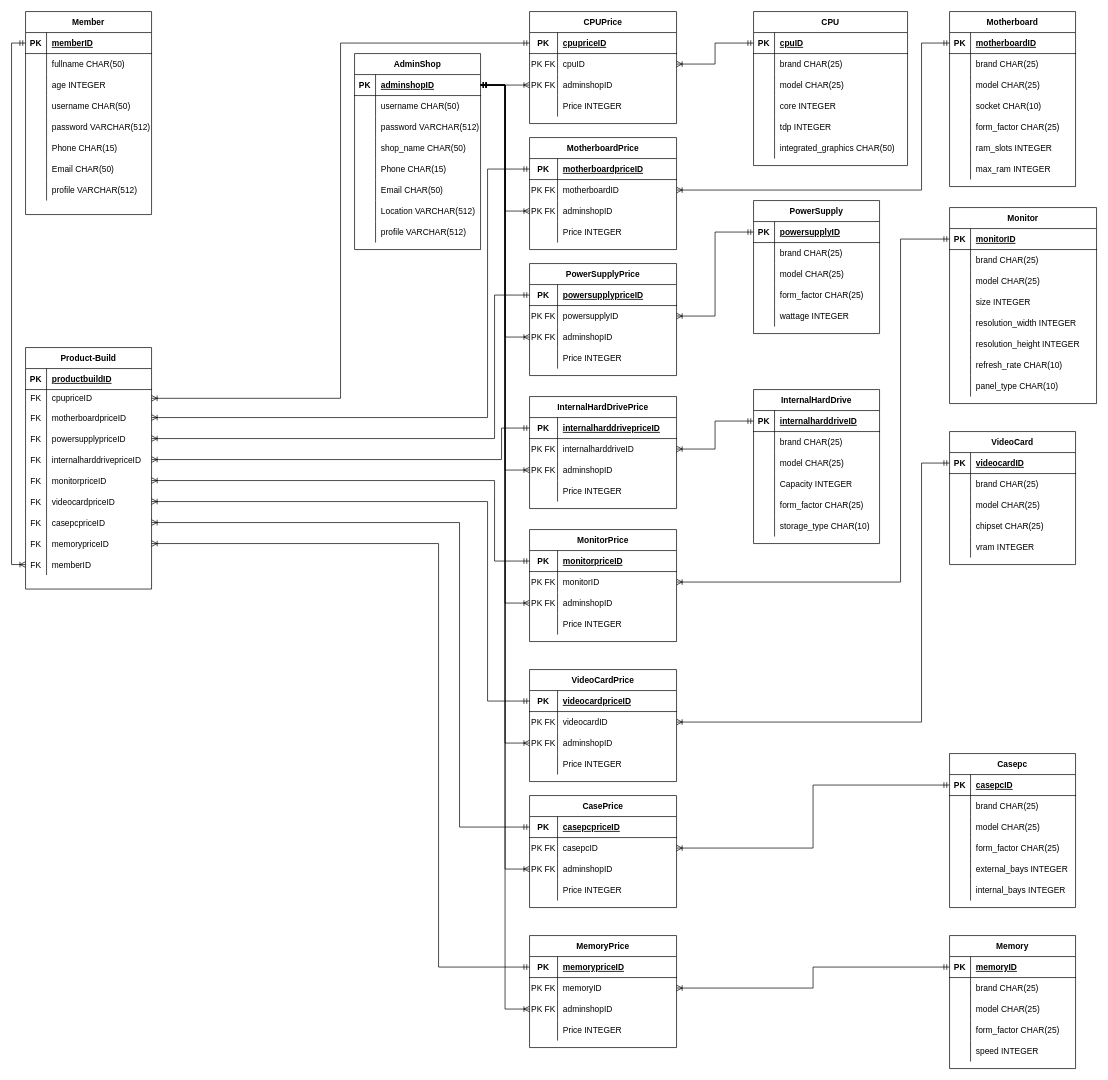
Earlier version of the draw.io diagram component_crawler/Database/diagram/buildpc.drawio (vichhika/WCT_Y3). Source tidied: cells renumbered, new cells numbered last; positions are measured from the earlier drawing's top-left corner, leaving out a move shared by most shapes. Both pictures are drawn from the tidied source at 70%, with x=0, y=0 at pixel (11, 11).
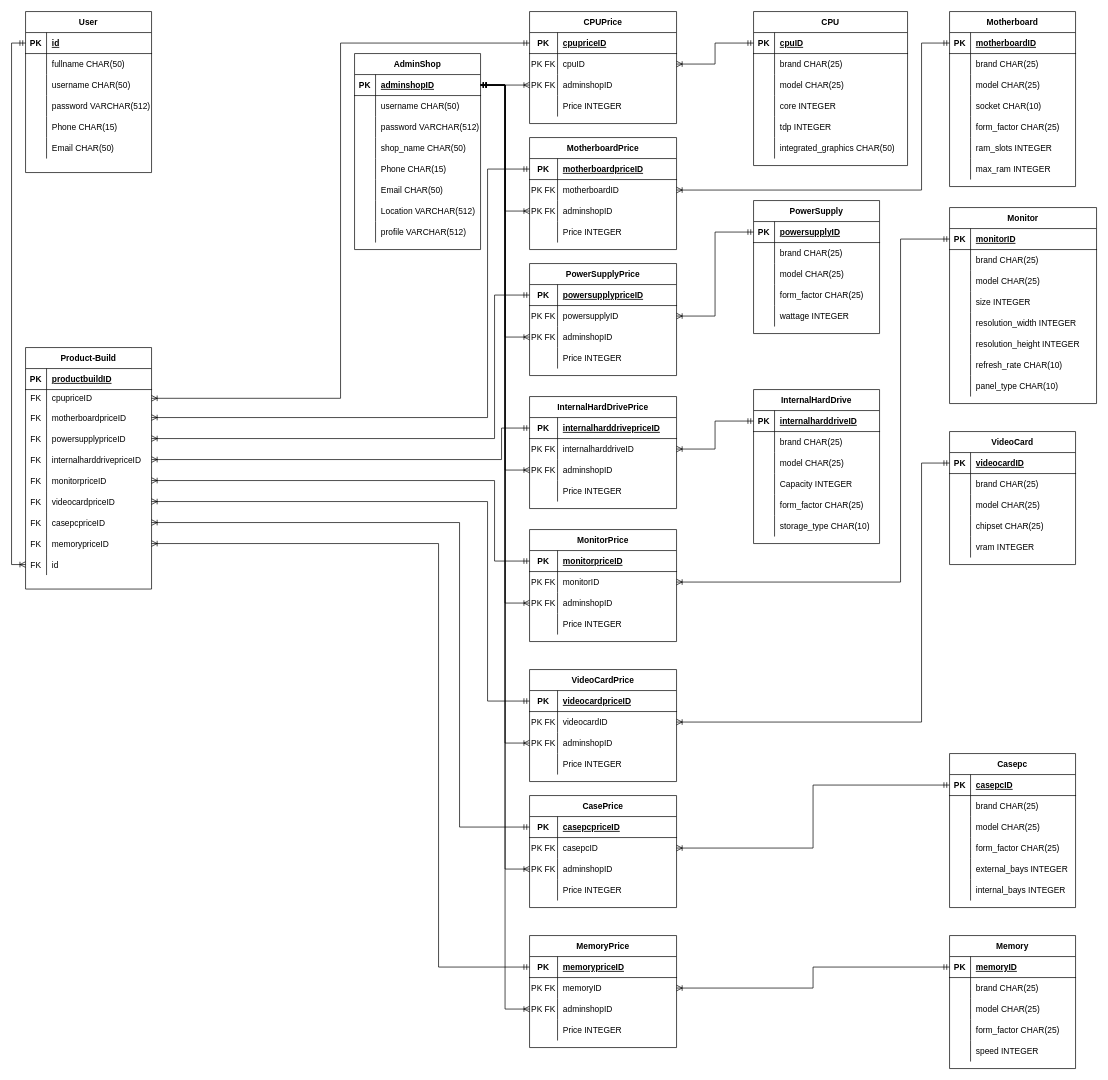
Above is the later version.

Unchanged cells that the change refers to:
```xml
<mxCell id="152" style="shape=partialRectangle;fillColor=none;top=0;left=0;bottom=1;right=0;points=[[0,0.5],[1,0.5]];portConstraint=eastwest;" parent="151" vertex="1">
  <mxGeometry y="30" width="180" height="30" as="geometry" />
</mxCell>
<mxCell id="288" style="shape=partialRectangle;fillColor=none;top=0;left=0;bottom=0;right=0;points=[[0,0.5],[1,0.5]];portConstraint=eastwest;" parent="260" vertex="1">
  <mxGeometry y="295" width="180" height="30" as="geometry" />
</mxCell>
```

The edit, as a diff of the source:
```diff
@@
-    <mxCell id="151" value="Member" style="shape=table;startSize=30;childLayout=tableLayout;rowLines=0;fontStyle=1;align=center;" parent="1" vertex="1">
-      <mxGeometry x="20" width="180" height="290" as="geometry" />
+    <mxCell id="151" value="User" style="shape=table;startSize=30;childLayout=tableLayout;rowLines=0;fontStyle=1;align=center;" parent="1" vertex="1">
+      <mxGeometry x="20" width="180" height="230" as="geometry" />
     </mxCell>
@@
-    <mxCell id="154" value="memberID" style="shape=partialRectangle;fillColor=none;top=0;left=0;bottom=0;right=0;align=left;spacingLeft=6;fontStyle=5;overflow=hidden;" parent="152" vertex="1">
+    <mxCell id="154" value="id" style="shape=partialRectangle;fillColor=none;top=0;left=0;bottom=0;right=0;align=left;spacingLeft=6;fontStyle=5;overflow=hidden;" parent="152" vertex="1">
       <mxGeometry x="30" width="150" height="30" as="geometry" />
     </mxCell>
@@
-    <mxCell id="158" style="shape=partialRectangle;fillColor=none;top=0;left=0;bottom=0;right=0;" parent="151" vertex="1">
-      <mxGeometry y="90" width="180" height="30" as="geometry" />
-    </mxCell>
-    <mxCell id="159" style="shape=partialRectangle;fillColor=none;top=0;left=0;bottom=0;right=0;overflow=hidden;" parent="158" vertex="1">
-      <mxGeometry width="30" height="30" as="geometry" />
-    </mxCell>
-    <mxCell id="160" value="age INTEGER" style="shape=partialRectangle;fillColor=none;top=0;left=0;bottom=0;right=0;align=left;spacingLeft=6;overflow=hidden;" parent="158" vertex="1">
-      <mxGeometry x="30" width="150" height="30" as="geometry" />
-    </mxCell>
     <mxCell id="161" style="shape=partialRectangle;fillColor=none;top=0;left=0;bottom=0;right=0;" parent="151" vertex="1">
-      <mxGeometry y="120" width="180" height="30" as="geometry" />
+      <mxGeometry y="90" width="180" height="30" as="geometry" />
     </mxCell>
@@
     <mxCell id="164" style="shape=partialRectangle;fillColor=none;top=0;left=0;bottom=0;right=0;" parent="151" vertex="1">
-      <mxGeometry y="150" width="180" height="30" as="geometry" />
+      <mxGeometry y="120" width="180" height="30" as="geometry" />
     </mxCell>
@@
     <mxCell id="167" style="shape=partialRectangle;fillColor=none;top=0;left=0;bottom=0;right=0;" parent="151" vertex="1">
-      <mxGeometry y="180" width="180" height="30" as="geometry" />
+      <mxGeometry y="150" width="180" height="30" as="geometry" />
     </mxCell>
@@
     <mxCell id="170" style="shape=partialRectangle;fillColor=none;top=0;left=0;bottom=0;right=0;" parent="151" vertex="1">
-      <mxGeometry y="210" width="180" height="30" as="geometry" />
+      <mxGeometry y="180" width="180" height="30" as="geometry" />
     </mxCell>
@@
-    <mxCell id="173" style="shape=partialRectangle;fillColor=none;top=0;left=0;bottom=0;right=0;" parent="151" vertex="1">
-      <mxGeometry y="240" width="180" height="30" as="geometry" />
-    </mxCell>
-    <mxCell id="174" style="shape=partialRectangle;fillColor=none;top=0;left=0;bottom=0;right=0;overflow=hidden;" parent="173" vertex="1">
-      <mxGeometry width="30" height="30" as="geometry" />
-    </mxCell>
-    <mxCell id="175" value="profile VARCHAR(512)" style="shape=partialRectangle;fillColor=none;top=0;left=0;bottom=0;right=0;align=left;spacingLeft=6;overflow=hidden;" parent="173" vertex="1">
-      <mxGeometry x="30" width="150" height="30" as="geometry" />
-    </mxCell>
@@
-    <mxCell id="290" value="memberID" style="shape=partialRectangle;fillColor=none;top=0;left=0;bottom=0;right=0;align=left;spacingLeft=6;overflow=hidden;" parent="288" vertex="1">
+    <mxCell id="290" value="id" style="shape=partialRectangle;fillColor=none;top=0;left=0;bottom=0;right=0;align=left;spacingLeft=6;overflow=hidden;" parent="288" vertex="1">
       <mxGeometry x="30" width="150" height="30" as="geometry" />
     </mxCell>
```
